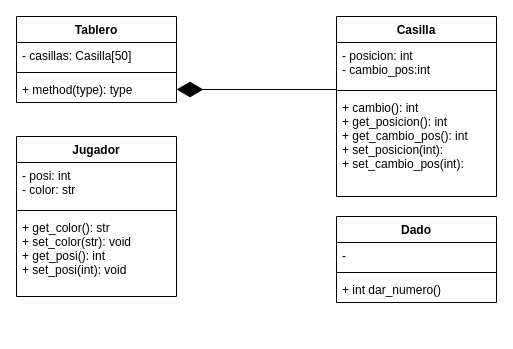
Earlier version of the draw.io diagram Serpientes/diagrama.drawio (GruposTEC/AD22TC1033-304). Source tidied: cells renumbered, new cells numbered last; positions are measured from the earlier drawing's top-left corner, leaving out a move shared by most shapes. Both pictures are drawn from the tidied source at 100%, with x=0, y=0 at pixel (16, 16).
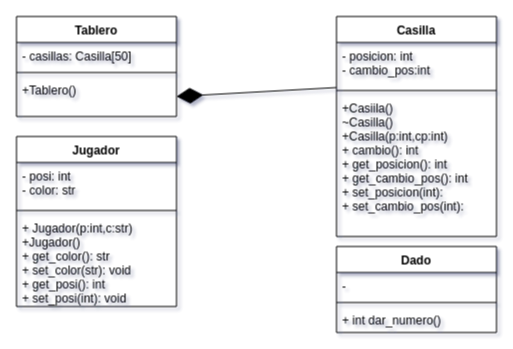
Above is the later version.

Diff of the diagram source:
```diff
@@
-<mxGraphModel>
+<mxGraphModel shadow="1">
   <root>
     <mxCell id="0" />
     <mxCell id="1" parent="0" />
     <mxCell id="2" value="Tablero" style="swimlane;fontStyle=1;align=center;verticalAlign=top;horizontal=1;startSize=26;" parent="1" vertex="1">
-      <mxGeometry width="160" height="86" as="geometry" />
+      <mxGeometry width="160" height="100" as="geometry" />
     </mxCell>
     <mxCell id="3" value="- casillas: Casilla[50]" style="text;strokeColor=none;fillColor=none;align=left;verticalAlign=top;spacingLeft=4;spacingRight=4;overflow=hidden;" parent="2" vertex="1">
       <mxGeometry y="26" width="160" height="26" as="geometry" />
     </mxCell>
     <mxCell id="4" style="line;strokeWidth=1;fillColor=none;align=left;verticalAlign=middle;spacingTop=-1;spacingLeft=3;spacingRight=3;labelPosition=right;" parent="2" vertex="1">
       <mxGeometry y="52" width="160" height="8" as="geometry" />
     </mxCell>
-    <mxCell id="5" value="+ method(type): type" style="text;strokeColor=none;fillColor=none;align=left;verticalAlign=top;spacingLeft=4;spacingRight=4;overflow=hidden;points=[[0,0.5],[1,0.5]];portConstraint=eastwest;" parent="2" vertex="1">
-      <mxGeometry y="60" width="160" height="26" as="geometry" />
+    <mxCell id="5" value="+Tablero()&#10;" style="text;strokeColor=none;fillColor=none;align=left;verticalAlign=top;spacingLeft=4;spacingRight=4;overflow=hidden;points=[[0,0.5],[1,0.5]];portConstraint=eastwest;" parent="2" vertex="1">
+      <mxGeometry y="60" width="160" height="40" as="geometry" />
     </mxCell>
     <mxCell id="6" value="Casilla" style="swimlane;fontStyle=1;align=center;verticalAlign=top;horizontal=1;startSize=26;" parent="1" vertex="1">
-      <mxGeometry x="320" width="160" height="180" as="geometry" />
+      <mxGeometry x="320" width="160" height="220" as="geometry" />
     </mxCell>
     <mxCell id="7" value="- posicion: int&#10;- cambio_pos:int" style="text;strokeColor=none;fillColor=none;align=left;verticalAlign=top;spacingLeft=4;spacingRight=4;overflow=hidden;" parent="6" vertex="1">
       <mxGeometry y="26" width="160" height="44" as="geometry" />
     </mxCell>
     <mxCell id="8" style="line;strokeWidth=1;fillColor=none;align=left;verticalAlign=middle;spacingTop=-1;spacingLeft=3;spacingRight=3;labelPosition=right;" parent="6" vertex="1">
       <mxGeometry y="70" width="160" height="8" as="geometry" />
     </mxCell>
-    <mxCell id="9" value="+ cambio(): int&#10;+ get_posicion(): int&#10;+ get_cambio_pos(): int&#10;+ set_posicion(int):&#10;+ set_cambio_pos(int):" style="text;strokeColor=none;fillColor=none;align=left;verticalAlign=top;spacingLeft=4;spacingRight=4;overflow=hidden;points=[[0,0.5],[1,0.5]];portConstraint=eastwest;" parent="6" vertex="1">
-      <mxGeometry y="78" width="160" height="102" as="geometry" />
+    <mxCell id="9" value="+Casiila()&#10;~Casilla()&#10;+Casilla(p:int,cp:int)&#10;+ cambio(): int&#10;+ get_posicion(): int&#10;+ get_cambio_pos(): int&#10;+ set_posicion(int):&#10;+ set_cambio_pos(int):" style="text;strokeColor=none;fillColor=none;align=left;verticalAlign=top;spacingLeft=4;spacingRight=4;overflow=hidden;points=[[0,0.5],[1,0.5]];portConstraint=eastwest;" parent="6" vertex="1">
+      <mxGeometry y="78" width="160" height="142" as="geometry" />
     </mxCell>
     <mxCell id="10" value="Jugador" style="swimlane;fontStyle=1;align=center;verticalAlign=top;horizontal=1;startSize=26;" parent="1" vertex="1">
-      <mxGeometry y="120" width="160" height="160" as="geometry" />
+      <mxGeometry y="120" width="160" height="170" as="geometry" />
     </mxCell>
     <mxCell id="11" value="- posi: int&#10;- color: str" style="text;strokeColor=none;fillColor=none;align=left;verticalAlign=top;spacingLeft=4;spacingRight=4;overflow=hidden;" parent="10" vertex="1">
       <mxGeometry y="26" width="160" height="44" as="geometry" />
     </mxCell>
     <mxCell id="12" style="line;strokeWidth=1;fillColor=none;align=left;verticalAlign=middle;spacingTop=-1;spacingLeft=3;spacingRight=3;labelPosition=right;" parent="10" vertex="1">
       <mxGeometry y="70" width="160" height="8" as="geometry" />
     </mxCell>
-    <mxCell id="13" value="+ get_color(): str&#10;+ set_color(str): void&#10;+ get_posi(): int&#10;+ set_posi(int): void" style="text;strokeColor=none;fillColor=none;align=left;verticalAlign=top;spacingLeft=4;spacingRight=4;overflow=hidden;" parent="10" vertex="1">
-      <mxGeometry y="78" width="160" height="82" as="geometry" />
+    <mxCell id="13" value="+ Jugador(p:int,c:str)&#10;+Jugador()&#10;+ get_color(): str&#10;+ set_color(str): void&#10;+ get_posi(): int&#10;+ set_posi(int): void" style="text;strokeColor=none;fillColor=none;align=left;verticalAlign=top;spacingLeft=4;spacingRight=4;overflow=hidden;" parent="10" vertex="1">
+      <mxGeometry y="78" width="160" height="92" as="geometry" />
     </mxCell>
     <mxCell id="14" value="Dado" style="swimlane;fontStyle=1;align=center;verticalAlign=top;horizontal=1;startSize=26;" parent="1" vertex="1">
-      <mxGeometry x="320" y="200" width="160" height="86" as="geometry" />
+      <mxGeometry x="320" y="230" width="160" height="86" as="geometry" />
     </mxCell>
     <mxCell id="15" value="-" style="text;strokeColor=none;fillColor=none;align=left;verticalAlign=top;spacingLeft=4;spacingRight=4;overflow=hidden;" parent="14" vertex="1">
       <mxGeometry y="26" width="160" height="26" as="geometry" />
     </mxCell>
     <mxCell id="16" style="line;strokeWidth=1;fillColor=none;align=left;verticalAlign=middle;spacingTop=-1;spacingLeft=3;spacingRight=3;labelPosition=right;" parent="14" vertex="1">
       <mxGeometry y="52" width="160" height="8" as="geometry" />
     </mxCell>
     <mxCell id="17" value="+ int dar_numero()" style="text;strokeColor=none;fillColor=none;align=left;verticalAlign=top;spacingLeft=4;spacingRight=4;overflow=hidden;" parent="14" vertex="1">
       <mxGeometry y="60" width="160" height="26" as="geometry" />
     </mxCell>
     <mxCell id="18" style="endArrow=diamondThin;endFill=1;endSize=24;html=1;entryX=1;entryY=0.5;entryDx=0;entryDy=0;exitX=0;exitY=-0.049;exitDx=0;exitDy=0;exitPerimeter=0;" parent="1" edge="1" source="9" target="5">
       <mxGeometry relative="1" as="geometry" />
     </mxCell>
   </root>
 </mxGraphModel>
```
